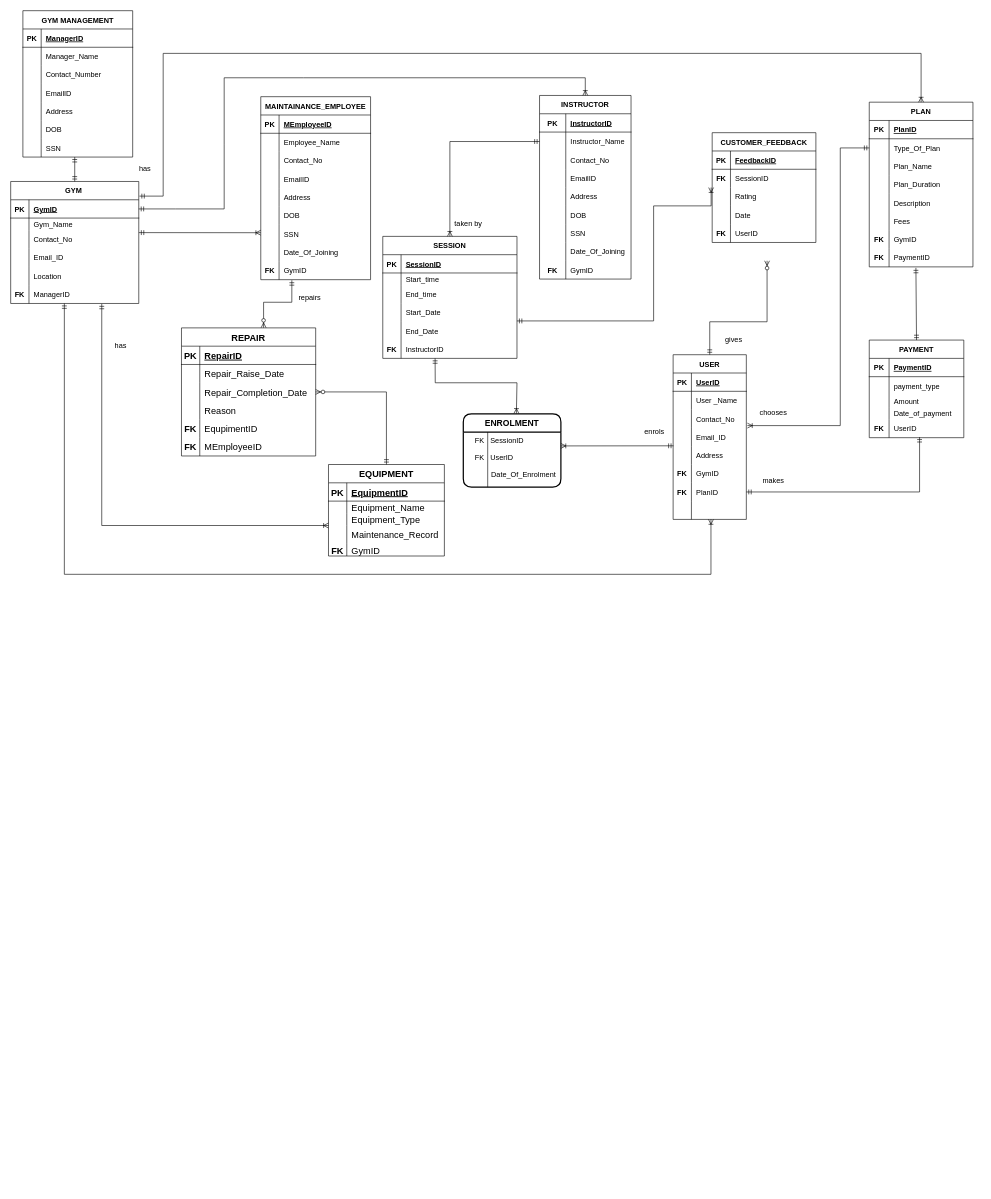
Above: Gym_Management_ERD.drawio in Tharunip/DAMG6210_PROJECT11 (draw.io), before the change. Source tidied: cells renumbered, new cells numbered last; positions are measured from the earlier drawing's top-left corner, leaving out a move shared by most shapes. Both pictures are drawn from the tidied source at 61%, with x=0, y=0 at pixel (10, 10).
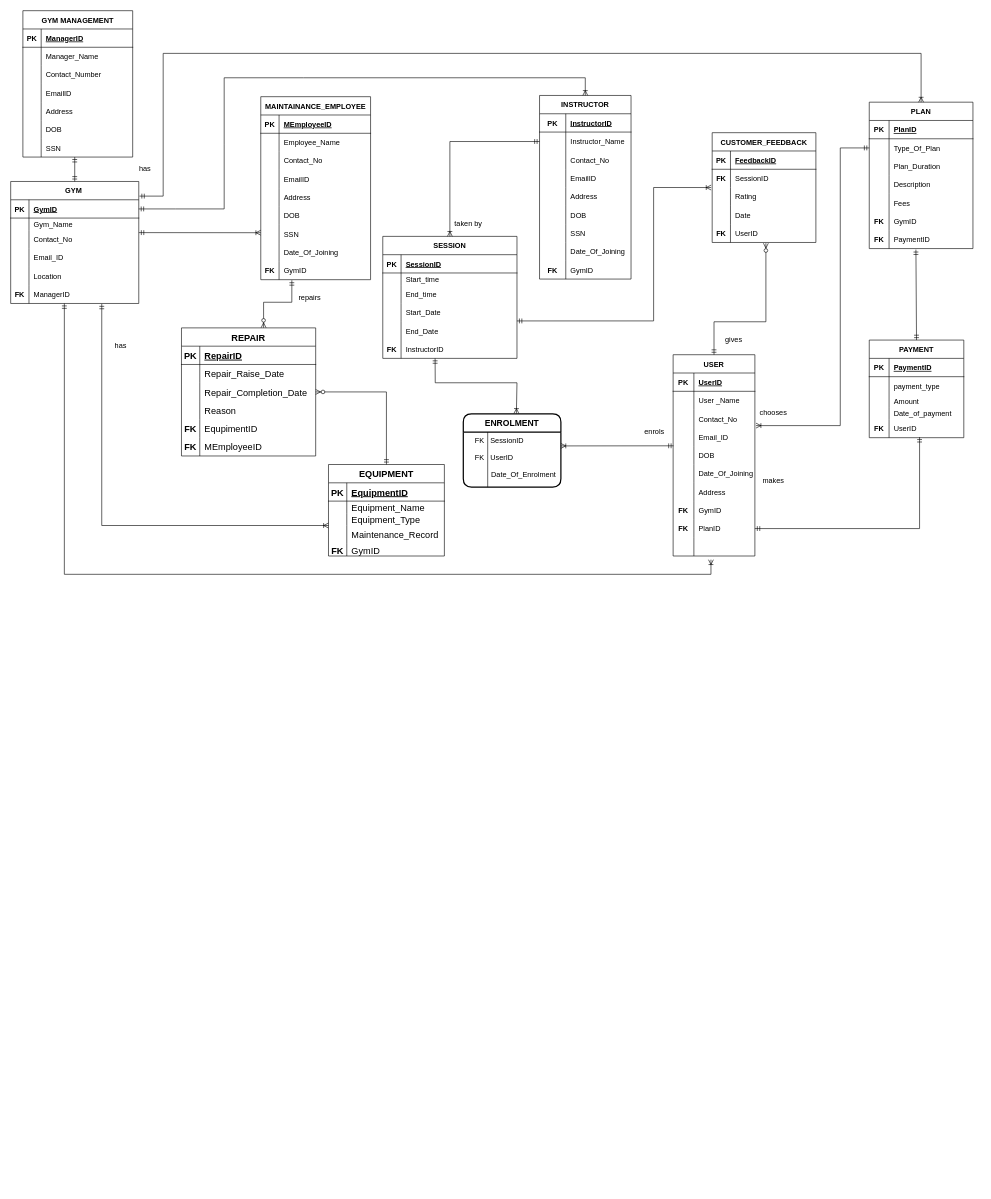
The same page after the edit.

Unchanged cells that the change refers to:
```xml
<mxCell id="62" style="shape=tableRow;horizontal=0;startSize=0;swimlaneHead=0;swimlaneBody=0;fillColor=none;points=[[0,0.5],[1,0.5]];portConstraint=eastwest;top=0;left=0;right=0;bottom=0;" parent="49" vertex="1">
  <mxGeometry y="140" width="220" height="30" as="geometry" />
</mxCell>
<mxCell id="217" style="shape=tableRow;horizontal=0;startSize=0;swimlaneHead=0;swimlaneBody=0;fillColor=none;points=[[0,0.5],[1,0.5]];portConstraint=eastwest;top=0;left=0;right=0;bottom=0;" parent="210" vertex="1">
  <mxGeometry y="90" width="170" height="30" as="geometry" />
</mxCell>
<mxCell id="223" style="shape=tableRow;horizontal=0;startSize=0;swimlaneHead=0;swimlaneBody=0;fillColor=none;points=[[0,0.5],[1,0.5]];portConstraint=eastwest;top=0;left=0;right=0;bottom=0;" parent="210" vertex="1">
  <mxGeometry y="150" width="170" height="30" as="geometry" />
</mxCell>
```

Diff of the diagram source:
```diff
@@
     <mxCell id="68" value="USER" style="shape=table;startSize=30;childLayout=tableLayout;rowLines=0;fontStyle=1;align=center;" parent="1" vertex="1">
-      <mxGeometry x="1086" y="564" width="120" height="270" as="geometry" />
+      <mxGeometry x="1086" y="564" width="134" height="330" as="geometry" />
     </mxCell>
     <mxCell id="69" style="shape=tableRow;horizontal=0;startSize=0;swimlaneHead=0;swimlaneBody=0;fillColor=none;top=0;left=0;right=0;bottom=1;" parent="68" vertex="1">
-      <mxGeometry y="30" width="120" height="30" as="geometry" />
+      <mxGeometry y="30" width="134" height="30" as="geometry" />
     </mxCell>
     <mxCell id="70" value="PK" style="shape=partialRectangle;fillColor=none;top=0;left=0;bottom=0;right=0;fontStyle=1;overflow=hidden;" parent="69" vertex="1">
-      <mxGeometry width="30" height="30" as="geometry" />
+      <mxGeometry width="34" height="30" as="geometry" />
     </mxCell>
     <mxCell id="71" value="UserID" style="shape=partialRectangle;fillColor=none;top=0;left=0;bottom=0;right=0;align=left;spacingLeft=6;fontStyle=5;overflow=hidden;" parent="69" vertex="1">
-      <mxGeometry x="30" width="90" height="30" as="geometry" />
+      <mxGeometry x="34" width="100" height="30" as="geometry" />
     </mxCell>
     <mxCell id="72" style="shape=tableRow;horizontal=0;startSize=0;swimlaneHead=0;swimlaneBody=0;fillColor=none;top=0;left=0;right=0;bottom=0;" parent="68" vertex="1">
-      <mxGeometry y="60" width="120" height="30" as="geometry" />
+      <mxGeometry y="60" width="134" height="30" as="geometry" />
     </mxCell>
     <mxCell id="73" style="shape=partialRectangle;fillColor=none;top=0;left=0;bottom=0;right=0;overflow=hidden;" parent="72" vertex="1">
-      <mxGeometry width="30" height="30" as="geometry" />
+      <mxGeometry width="34" height="30" as="geometry" />
     </mxCell>
     <mxCell id="74" value="User _Name" style="shape=partialRectangle;fillColor=none;top=0;left=0;bottom=0;right=0;align=left;spacingLeft=6;overflow=hidden;" parent="72" vertex="1">
-      <mxGeometry x="30" width="90" height="30" as="geometry" />
+      <mxGeometry x="34" width="100" height="30" as="geometry" />
     </mxCell>
     <mxCell id="75" style="shape=tableRow;horizontal=0;startSize=0;swimlaneHead=0;swimlaneBody=0;fillColor=none;top=0;left=0;right=0;bottom=0;" parent="68" vertex="1">
-      <mxGeometry y="90" width="120" height="30" as="geometry" />
+      <mxGeometry y="90" width="134" height="30" as="geometry" />
     </mxCell>
     <mxCell id="76" style="shape=partialRectangle;fillColor=none;top=0;left=0;bottom=0;right=0;overflow=hidden;" parent="75" vertex="1">
-      <mxGeometry width="30" height="30" as="geometry" />
+      <mxGeometry width="34" height="30" as="geometry" />
     </mxCell>
     <mxCell id="77" value="Contact_No" style="shape=partialRectangle;fillColor=none;top=0;left=0;bottom=0;right=0;align=left;spacingLeft=6;overflow=hidden;" parent="75" vertex="1">
-      <mxGeometry x="30" width="90" height="30" as="geometry" />
+      <mxGeometry x="34" width="100" height="30" as="geometry" />
     </mxCell>
     <mxCell id="78" style="shape=tableRow;horizontal=0;startSize=0;swimlaneHead=0;swimlaneBody=0;fillColor=none;points=[[0,0.5],[1,0.5]];portConstraint=eastwest;top=0;left=0;right=0;bottom=0;" parent="68" vertex="1">
-      <mxGeometry y="120" width="120" height="30" as="geometry" />
+      <mxGeometry y="120" width="134" height="30" as="geometry" />
     </mxCell>
     <mxCell id="79" style="shape=partialRectangle;fillColor=none;top=0;left=0;bottom=0;right=0;overflow=hidden;" parent="78" vertex="1">
-      <mxGeometry width="30" height="30" as="geometry" />
+      <mxGeometry width="34" height="30" as="geometry" />
     </mxCell>
     <mxCell id="80" value="Email_ID" style="shape=partialRectangle;fillColor=none;top=0;left=0;bottom=0;right=0;align=left;spacingLeft=6;overflow=hidden;" parent="78" vertex="1">
-      <mxGeometry x="30" width="90" height="30" as="geometry" />
+      <mxGeometry x="34" width="100" height="30" as="geometry" />
     </mxCell>
+    <mxCell id="274" style="shape=tableRow;horizontal=0;startSize=0;swimlaneHead=0;swimlaneBody=0;fillColor=none;top=0;left=0;right=0;bottom=0;" parent="68" vertex="1">
+      <mxGeometry y="150" width="134" height="30" as="geometry" />
+    </mxCell>
+    <mxCell id="275" style="shape=partialRectangle;fillColor=none;top=0;left=0;bottom=0;right=0;overflow=hidden;" parent="274" vertex="1">
+      <mxGeometry width="34" height="30" as="geometry" />
+    </mxCell>
+    <mxCell id="276" value="DOB" style="shape=partialRectangle;fillColor=none;top=0;left=0;bottom=0;right=0;align=left;spacingLeft=6;overflow=hidden;" parent="274" vertex="1">
+      <mxGeometry x="34" width="100" height="30" as="geometry" />
+    </mxCell>
+    <mxCell id="277" style="shape=tableRow;horizontal=0;startSize=0;swimlaneHead=0;swimlaneBody=0;fillColor=none;top=0;left=0;right=0;bottom=0;" parent="68" vertex="1">
+      <mxGeometry y="180" width="134" height="30" as="geometry" />
+    </mxCell>
+    <mxCell id="278" style="shape=partialRectangle;fillColor=none;top=0;left=0;bottom=0;right=0;overflow=hidden;" parent="277" vertex="1">
+      <mxGeometry width="34" height="30" as="geometry" />
+    </mxCell>
+    <mxCell id="279" value="Date_Of_Joining" style="shape=partialRectangle;fillColor=none;top=0;left=0;bottom=0;right=0;align=left;spacingLeft=6;overflow=hidden;" parent="277" vertex="1">
+      <mxGeometry x="34" width="100" height="30" as="geometry" />
+    </mxCell>
     <mxCell id="81" style="shape=tableRow;horizontal=0;startSize=0;swimlaneHead=0;swimlaneBody=0;fillColor=none;top=0;left=0;right=0;bottom=0;" parent="68" vertex="1">
-      <mxGeometry y="150" width="120" height="30" as="geometry" />
+      <mxGeometry y="210" width="134" height="30" as="geometry" />
     </mxCell>
     <mxCell id="82" style="shape=partialRectangle;fillColor=none;top=0;left=0;bottom=0;right=0;overflow=hidden;fontStyle=1;" parent="81" vertex="1">
-      <mxGeometry width="30" height="30" as="geometry" />
+      <mxGeometry width="34" height="30" as="geometry" />
     </mxCell>
     <mxCell id="83" value="Address" style="shape=partialRectangle;fillColor=none;top=0;left=0;bottom=0;right=0;align=left;spacingLeft=6;overflow=hidden;" parent="81" vertex="1">
-      <mxGeometry x="30" width="90" height="30" as="geometry" />
+      <mxGeometry x="34" width="100" height="30" as="geometry" />
     </mxCell>
     <mxCell id="84" style="shape=tableRow;horizontal=0;startSize=0;swimlaneHead=0;swimlaneBody=0;fillColor=none;top=0;left=0;right=0;bottom=0;" parent="68" vertex="1">
-      <mxGeometry y="180" width="120" height="30" as="geometry" />
+      <mxGeometry y="240" width="134" height="30" as="geometry" />
     </mxCell>
     <mxCell id="85" value="FK" style="shape=partialRectangle;fillColor=none;top=0;left=0;bottom=0;right=0;overflow=hidden;fontStyle=1;" parent="84" vertex="1">
-      <mxGeometry width="30" height="30" as="geometry" />
+      <mxGeometry width="34" height="30" as="geometry" />
     </mxCell>
     <mxCell id="86" value="GymID" style="shape=partialRectangle;fillColor=none;top=0;left=0;bottom=0;right=0;align=left;spacingLeft=6;overflow=hidden;" parent="84" vertex="1">
-      <mxGeometry x="30" width="90" height="30" as="geometry" />
+      <mxGeometry x="34" width="100" height="30" as="geometry" />
     </mxCell>
     <mxCell id="87" style="shape=tableRow;horizontal=0;startSize=0;swimlaneHead=0;swimlaneBody=0;fillColor=none;points=[[0,0.5],[1,0.5]];portConstraint=eastwest;top=0;left=0;right=0;bottom=0;" parent="68" vertex="1">
-      <mxGeometry y="210" width="120" height="30" as="geometry" />
+      <mxGeometry y="270" width="134" height="30" as="geometry" />
     </mxCell>
     <mxCell id="88" value="FK" style="shape=partialRectangle;fillColor=none;top=0;left=0;bottom=0;right=0;overflow=hidden;fontStyle=1;" parent="87" vertex="1">
-      <mxGeometry width="30" height="30" as="geometry" />
+      <mxGeometry width="34" height="30" as="geometry" />
     </mxCell>
     <mxCell id="89" value="PlanID" style="shape=partialRectangle;fillColor=none;top=0;left=0;bottom=0;right=0;align=left;spacingLeft=6;overflow=hidden;" parent="87" vertex="1">
-      <mxGeometry x="30" width="90" height="30" as="geometry" />
+      <mxGeometry x="34" width="100" height="30" as="geometry" />
     </mxCell>
     <mxCell id="90" style="shape=tableRow;horizontal=0;startSize=0;swimlaneHead=0;swimlaneBody=0;fillColor=none;top=0;left=0;right=0;bottom=0;" parent="68" vertex="1">
-      <mxGeometry y="240" width="120" height="30" as="geometry" />
+      <mxGeometry y="300" width="134" height="30" as="geometry" />
     </mxCell>
     <mxCell id="91" style="shape=partialRectangle;fillColor=none;top=0;left=0;bottom=0;right=0;overflow=hidden;fontStyle=1;" parent="90" vertex="1">
-      <mxGeometry width="30" height="30" as="geometry" />
+      <mxGeometry width="34" height="30" as="geometry" />
     </mxCell>
     <mxCell id="92" style="shape=partialRectangle;fillColor=none;top=0;left=0;bottom=0;right=0;align=left;spacingLeft=6;overflow=hidden;" parent="90" vertex="1">
-      <mxGeometry x="30" width="90" height="30" as="geometry" />
+      <mxGeometry x="34" width="100" height="30" as="geometry" />
     </mxCell>
@@
     <mxCell id="109" value="PLAN" style="shape=table;startSize=30;childLayout=tableLayout;rowLines=0;fontStyle=1;align=center;" parent="1" vertex="1">
-      <mxGeometry x="1407.5" y="150" width="170" height="270" as="geometry" />
+      <mxGeometry x="1407.5" y="150" width="170" height="240" as="geometry" />
     </mxCell>
@@
-    <mxCell id="116" style="shape=tableRow;horizontal=0;startSize=0;swimlaneHead=0;swimlaneBody=0;fillColor=none;top=0;left=0;right=0;bottom=0;" parent="109" vertex="1">
-      <mxGeometry y="90" width="170" height="30" as="geometry" />
-    </mxCell>
-    <mxCell id="117" style="shape=partialRectangle;fillColor=none;top=0;left=0;bottom=0;right=0;overflow=hidden;" parent="116" vertex="1">
-      <mxGeometry width="32.5" height="30" as="geometry" />
-    </mxCell>
-    <mxCell id="118" value="Plan_Name" style="shape=partialRectangle;fillColor=none;top=0;left=0;bottom=0;right=0;align=left;spacingLeft=6;overflow=hidden;" parent="116" vertex="1">
-      <mxGeometry x="32.5" width="137.5" height="30" as="geometry" />
-    </mxCell>
     <mxCell id="119" style="shape=tableRow;horizontal=0;startSize=0;swimlaneHead=0;swimlaneBody=0;fillColor=none;top=0;left=0;right=0;bottom=0;" parent="109" vertex="1">
-      <mxGeometry y="120" width="170" height="30" as="geometry" />
+      <mxGeometry y="90" width="170" height="30" as="geometry" />
     </mxCell>
@@
     <mxCell id="122" style="shape=tableRow;horizontal=0;startSize=0;swimlaneHead=0;swimlaneBody=0;fillColor=none;top=0;left=0;right=0;bottom=0;" parent="109" vertex="1">
-      <mxGeometry y="150" width="170" height="30" as="geometry" />
+      <mxGeometry y="120" width="170" height="30" as="geometry" />
     </mxCell>
@@
     <mxCell id="125" style="shape=tableRow;horizontal=0;startSize=0;swimlaneHead=0;swimlaneBody=0;fillColor=none;top=0;left=0;right=0;bottom=0;" parent="109" vertex="1">
-      <mxGeometry y="180" width="170" height="30" as="geometry" />
+      <mxGeometry y="150" width="170" height="30" as="geometry" />
     </mxCell>
@@
     <mxCell id="128" style="shape=tableRow;horizontal=0;startSize=0;swimlaneHead=0;swimlaneBody=0;fillColor=none;top=0;left=0;right=0;bottom=0;" parent="109" vertex="1">
-      <mxGeometry y="210" width="170" height="30" as="geometry" />
+      <mxGeometry y="180" width="170" height="30" as="geometry" />
     </mxCell>
@@
     <mxCell id="131" style="shape=tableRow;horizontal=0;startSize=0;swimlaneHead=0;swimlaneBody=0;fillColor=none;points=[[0,0.5],[1,0.5]];portConstraint=eastwest;top=0;left=0;right=0;bottom=0;" parent="109" vertex="1">
-      <mxGeometry y="240" width="170" height="30" as="geometry" />
+      <mxGeometry y="210" width="170" height="30" as="geometry" />
     </mxCell>
@@
     <mxCell id="209" style="fontSize=12;html=1;endArrow=ERoneToMany;startArrow=ERmandOne;rounded=0;elbow=vertical;edgeStyle=orthogonalEdgeStyle;" parent="1" edge="1">
       <mxGeometry relative="1" as="geometry">
         <mxPoint x="88" y="480" as="sourcePoint" />
-        <mxPoint x="1148" y="834" as="targetPoint" />
+        <mxPoint x="1148" y="900" as="targetPoint" />
         <Array as="points">
           <mxPoint x="88" y="924" />
           <mxPoint x="1148" y="924" />
         </Array>
       </mxGeometry>
     </mxCell>
@@
     <mxCell id="226" style="edgeStyle=orthogonalEdgeStyle;fontSize=12;html=1;endArrow=ERoneToMany;startArrow=ERmandOne;rounded=0;entryX=-0.01;entryY=-0.002;entryDx=0;entryDy=0;entryPerimeter=0;exitX=1;exitY=-0.046;exitDx=0;exitDy=0;exitPerimeter=0;" parent="1" edge="1" source="62" target="217">
       <mxGeometry relative="1" as="geometry">
         <Array as="points">
           <mxPoint x="1054" y="509" />
-          <mxPoint x="1054" y="320" />
+          <mxPoint x="1054" y="290" />
         </Array>
       </mxGeometry>
     </mxCell>
@@
-    <mxCell id="272" style="edgeStyle=elbowEdgeStyle;fontSize=12;html=1;endArrow=ERzeroToMany;startArrow=ERmandOne;rounded=0;exitX=0.5;exitY=0;exitDx=0;exitDy=0;elbow=vertical;" parent="1" edge="1" source="68">
+    <mxCell id="272" style="edgeStyle=elbowEdgeStyle;fontSize=12;html=1;endArrow=ERzeroToMany;startArrow=ERmandOne;rounded=0;exitX=0.5;exitY=0;exitDx=0;exitDy=0;elbow=vertical;entryX=0.518;entryY=1.04;entryDx=0;entryDy=0;entryPerimeter=0;" parent="1" edge="1" source="68" target="223">
       <mxGeometry relative="1" as="geometry">
-        <mxPoint x="1240" y="410" as="targetPoint" />
         <Array as="points">
           <mxPoint x="1110" y="510" />
         </Array>
       </mxGeometry>
     </mxCell>
```
